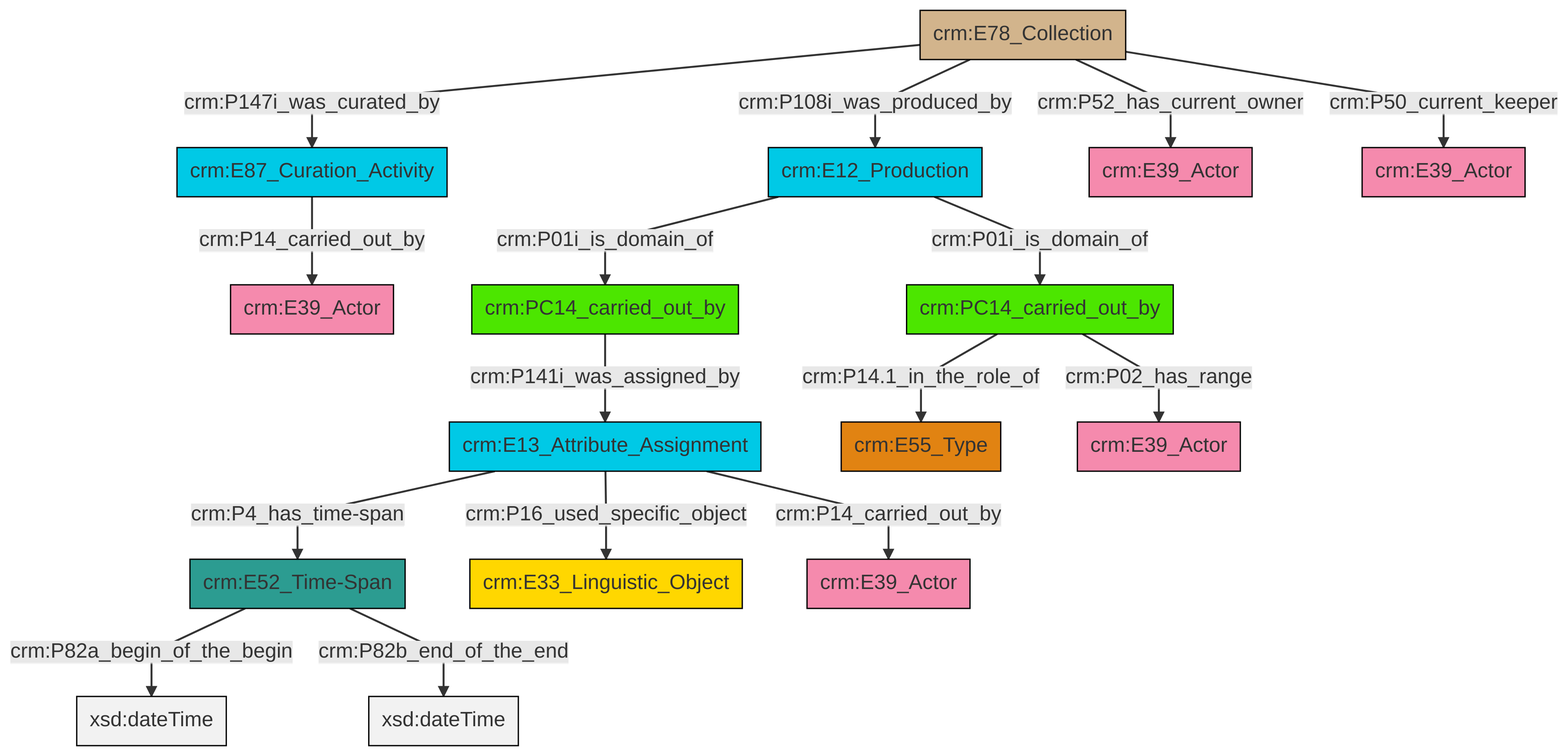
Before: et/archivalCSV/ttl/mmd/png/archival_relation.png, a diagram exported from Mermaid (swiss-art-research-net/docs.swissartresearch). Its source is kept beside it as et/archivalCSV/ttl/mmd/archival_relation.ttl.mmd.
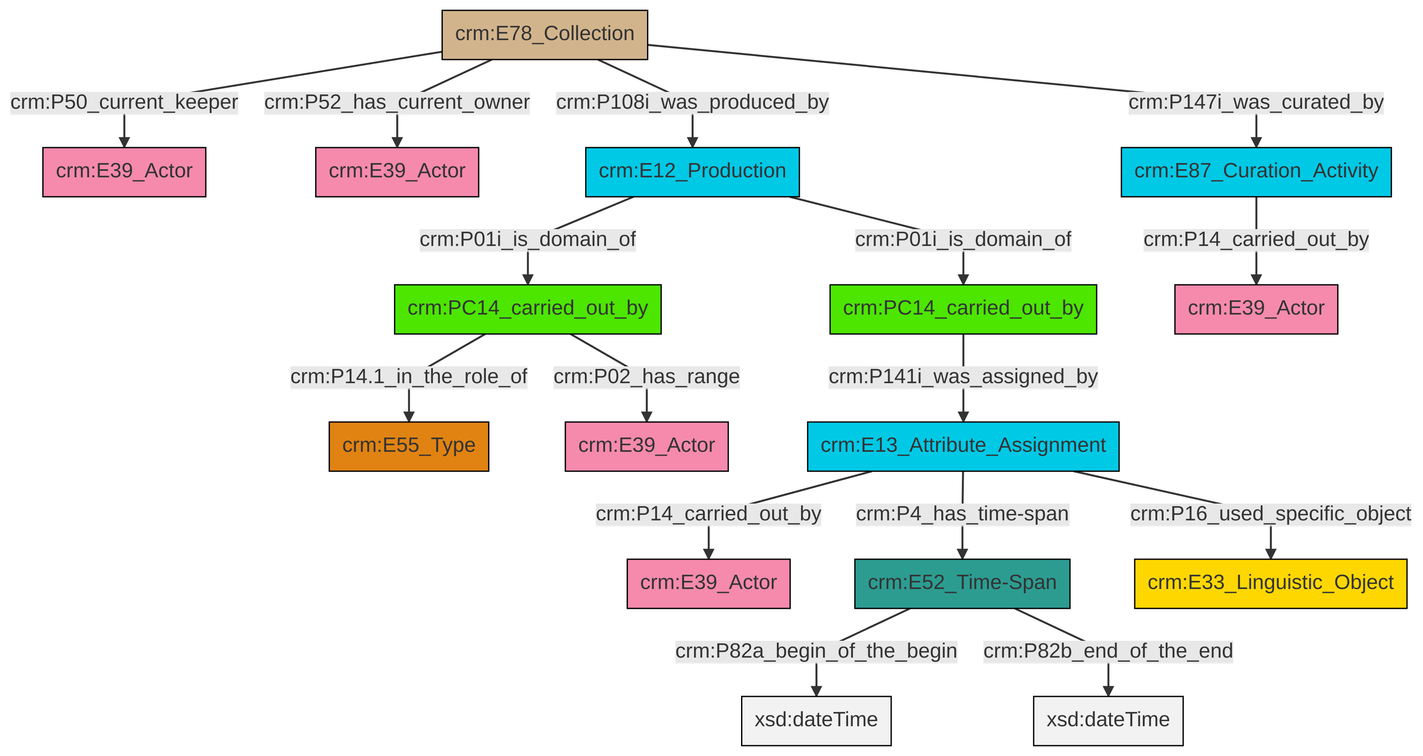
After the change.

Diff of the diagram source:
```diff
@@ -13,18 +13,18 @@
 classDef PC_Classes fill:#4ce600, stroke:#000000;
 classDef Multi fill:#cccccc,stroke:#000000;
 
-0["crm:E87_Curation_Activity"]:::Temporal_Entity -->|crm:P14_carried_out_by| 1["crm:E39_Actor"]:::Actor
-2["crm:E12_Production"]:::Temporal_Entity -->|crm:P01i_is_domain_of| 3["crm:PC14_carried_out_by"]:::PC_Classes
-4["crm:E13_Attribute_Assignment"]:::Temporal_Entity -->|crm:P4_has_time-span| 5["crm:E52_Time-Span"]:::Time-Span
-6["crm:PC14_carried_out_by"]:::PC_Classes -->|crm:P14.1_in_the_role_of| 7["crm:E55_Type"]:::Type
-4["crm:E13_Attribute_Assignment"]:::Temporal_Entity -->|crm:P16_used_specific_object| 8["crm:E33_Linguistic_Object"]:::Conceptual_Object
-3["crm:PC14_carried_out_by"]:::PC_Classes -->|crm:P141i_was_assigned_by| 4["crm:E13_Attribute_Assignment"]:::Temporal_Entity
-5["crm:E52_Time-Span"]:::Time-Span -->|crm:P82a_begin_of_the_begin| 11[xsd:dateTime]:::Literal
-12["crm:E78_Collection"]:::Physical_Thing -->|crm:P147i_was_curated_by| 0["crm:E87_Curation_Activity"]:::Temporal_Entity
-4["crm:E13_Attribute_Assignment"]:::Temporal_Entity -->|crm:P14_carried_out_by| 13["crm:E39_Actor"]:::Actor
-12["crm:E78_Collection"]:::Physical_Thing -->|crm:P108i_was_produced_by| 2["crm:E12_Production"]:::Temporal_Entity
-5["crm:E52_Time-Span"]:::Time-Span -->|crm:P82b_end_of_the_end| 14[xsd:dateTime]:::Literal
-6["crm:PC14_carried_out_by"]:::PC_Classes -->|crm:P02_has_range| 15["crm:E39_Actor"]:::Actor
-12["crm:E78_Collection"]:::Physical_Thing -->|crm:P52_has_current_owner| 16["crm:E39_Actor"]:::Actor
-2["crm:E12_Production"]:::Temporal_Entity -->|crm:P01i_is_domain_of| 6["crm:PC14_carried_out_by"]:::PC_Classes
-12["crm:E78_Collection"]:::Physical_Thing -->|crm:P50_current_keeper| 19["crm:E39_Actor"]:::Actor
+4["crm:E78_Collection"]:::Physical_Thing -->|crm:P50_current_keeper| 5["crm:E39_Actor"]:::Actor
+4["crm:E78_Collection"]:::Physical_Thing -->|crm:P52_has_current_owner| 6["crm:E39_Actor"]:::Actor
+7["crm:PC14_carried_out_by"]:::PC_Classes -->|crm:P14.1_in_the_role_of| 0["crm:E55_Type"]:::Type
+4["crm:E78_Collection"]:::Physical_Thing -->|crm:P108i_was_produced_by| 9["crm:E12_Production"]:::Temporal_Entity
+9["crm:E12_Production"]:::Temporal_Entity -->|crm:P01i_is_domain_of| 7["crm:PC14_carried_out_by"]:::PC_Classes
+11["crm:E13_Attribute_Assignment"]:::Temporal_Entity -->|crm:P14_carried_out_by| 12["crm:E39_Actor"]:::Actor
+9["crm:E12_Production"]:::Temporal_Entity -->|crm:P01i_is_domain_of| 14["crm:PC14_carried_out_by"]:::PC_Classes
+18["crm:E52_Time-Span"]:::Time-Span -->|crm:P82a_begin_of_the_begin| 22[xsd:dateTime]:::Literal
+11["crm:E13_Attribute_Assignment"]:::Temporal_Entity -->|crm:P4_has_time-span| 18["crm:E52_Time-Span"]:::Time-Span
+11["crm:E13_Attribute_Assignment"]:::Temporal_Entity -->|crm:P16_used_specific_object| 23["crm:E33_Linguistic_Object"]:::Conceptual_Object
+4["crm:E78_Collection"]:::Physical_Thing -->|crm:P147i_was_curated_by| 15["crm:E87_Curation_Activity"]:::Temporal_Entity
+7["crm:PC14_carried_out_by"]:::PC_Classes -->|crm:P02_has_range| 24["crm:E39_Actor"]:::Actor
+14["crm:PC14_carried_out_by"]:::PC_Classes -->|crm:P141i_was_assigned_by| 11["crm:E13_Attribute_Assignment"]:::Temporal_Entity
+18["crm:E52_Time-Span"]:::Time-Span -->|crm:P82b_end_of_the_end| 25[xsd:dateTime]:::Literal
+15["crm:E87_Curation_Activity"]:::Temporal_Entity -->|crm:P14_carried_out_by| 2["crm:E39_Actor"]:::Actor
```
